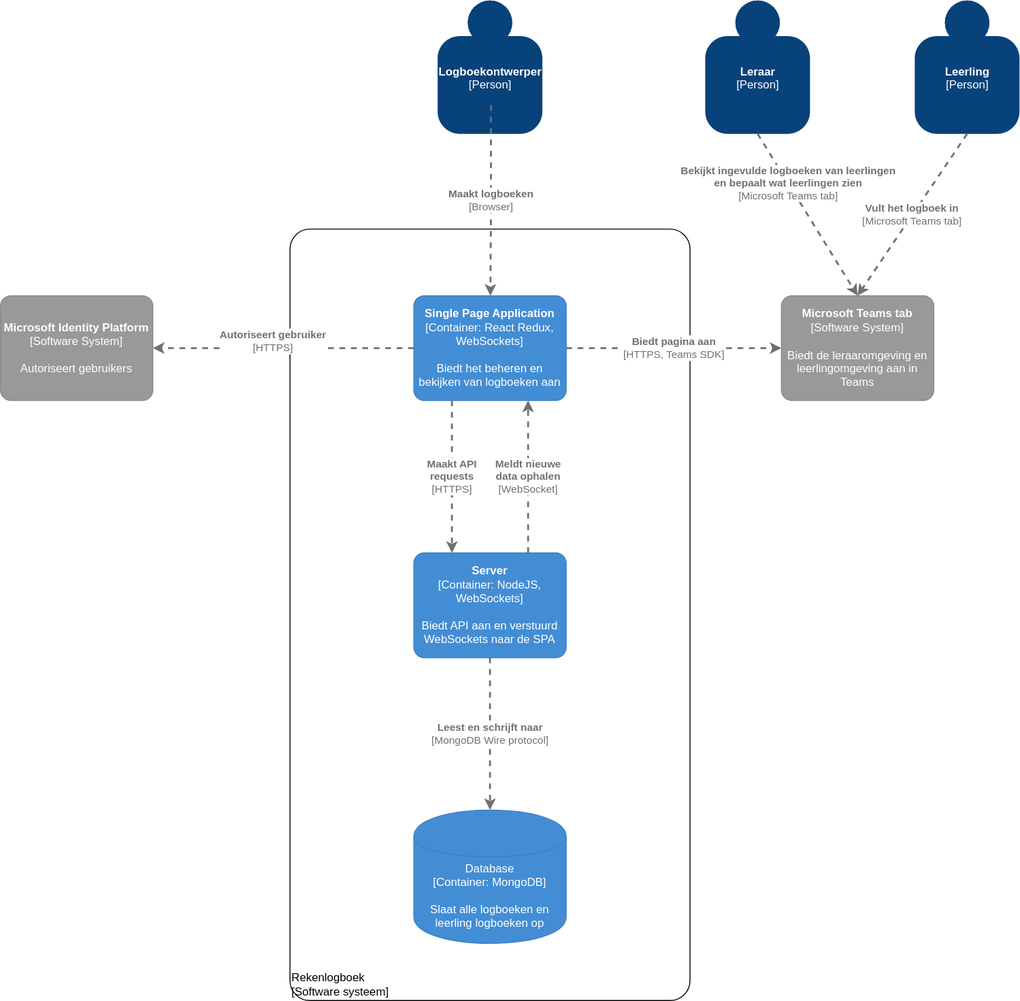
Rowan-Paul/HANAIM-DWA-Rekenlogboek keeps this draw.io diagram as docs/software-guidebook/c4-model/containers.svg. Above is the earlier version. Source tidied: cells renumbered, new cells last; positions are measured from the earlier drawing's top-left corner, leaving out a move shared by most shapes.
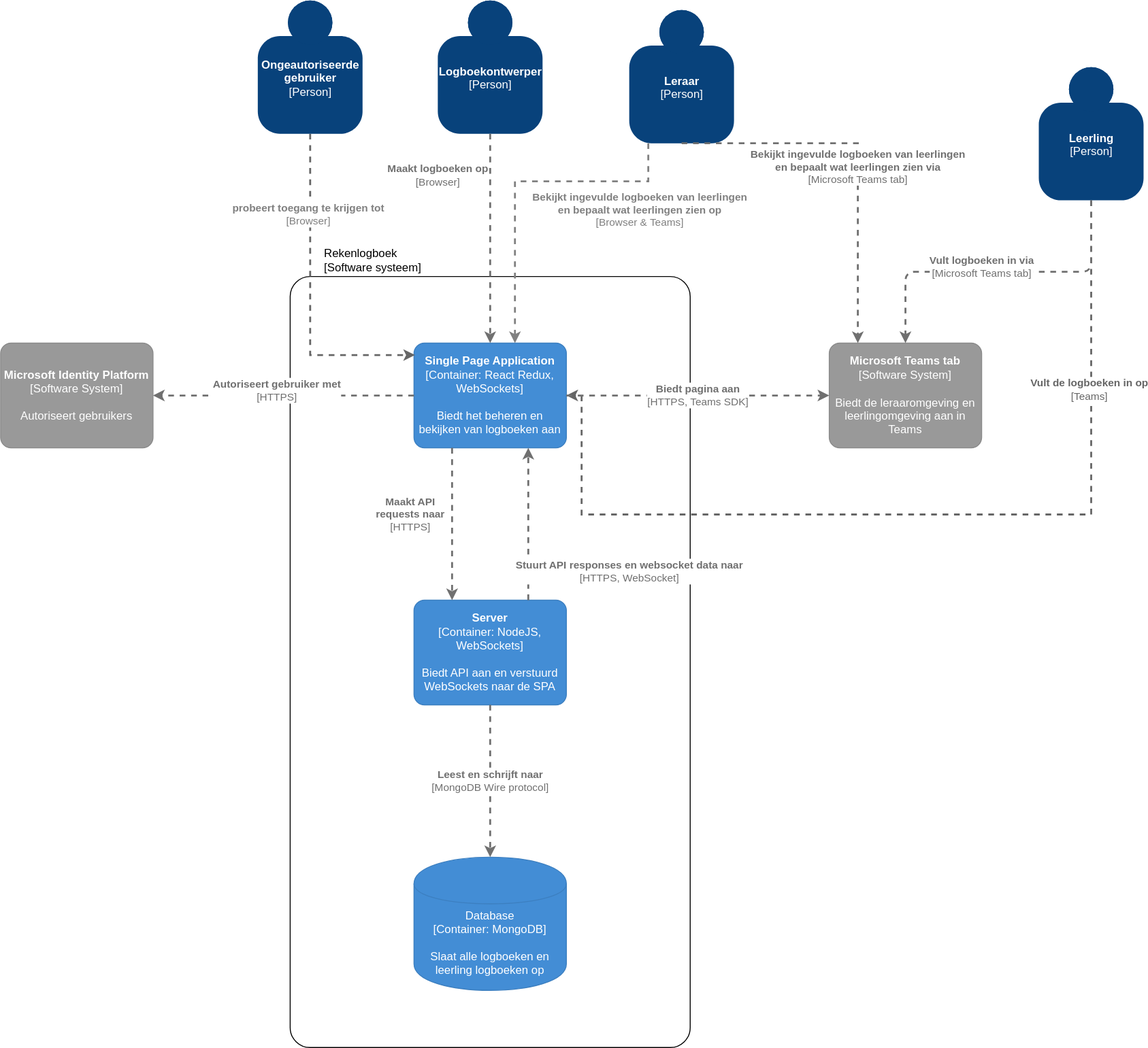
Above is the later version.

The edit, as a diff of the source:
```diff
@@ -3,18 +3,44 @@
     <mxCell id="0" />
     <mxCell id="1" parent="0" />
     <object id="2" label="&lt;div style=&quot;text-align: left&quot;&gt;%c4Name%&lt;/div&gt;&lt;div style=&quot;text-align: left&quot;&gt;[%c4Application%]&lt;/div&gt;" c4Application="Software systeem" c4Name="Rekenlogboek" c4Type="ExecutionEnvironment" placeholders="1">
-      <mxCell style="rounded=1;whiteSpace=wrap;html=1;labelBackgroundColor=none;fillColor=#ffffff;fontColor=#000000;align=left;arcSize=5;strokeColor=#000000;verticalAlign=bottom;metaData={&quot;c4Type&quot;:{&quot;editable&quot;:false}};sketch=0;" parent="1" vertex="1">
+      <mxCell style="rounded=1;whiteSpace=wrap;html=1;labelBackgroundColor=none;fillColor=#ffffff;fontColor=#000000;align=right;arcSize=5;strokeColor=#000000;verticalAlign=bottom;metaData={&quot;c4Type&quot;:{&quot;editable&quot;:false}};sketch=0;labelPosition=left;verticalLabelPosition=top;spacingRight=-140;" parent="1" vertex="1">
         <mxGeometry x="304" y="240" width="420" height="810" as="geometry" />
       </mxCell>
     </object>
+    <mxCell id="19" style="edgeStyle=orthogonalEdgeStyle;rounded=0;jettySize=auto;html=1;dashed=1;strokeWidth=2;strokeColor=#808080;" parent="1" edge="1" source="3">
+      <mxGeometry relative="1" as="geometry">
+        <mxPoint x="540" y="310" as="targetPoint" />
+        <Array as="points">
+          <mxPoint x="680" y="140" />
+          <mxPoint x="540" y="140" />
+        </Array>
+      </mxGeometry>
+    </mxCell>
+    <mxCell id="20" value="&lt;b&gt;Bekijkt ingevulde logboeken van leerlingen &lt;br&gt;en bepaalt wat leerlingen zien op&lt;/b&gt;&lt;br&gt;[Browser &amp;amp; Teams]" style="edgeLabel;html=1;align=center;verticalAlign=middle;fontColor=#808080;" parent="19" vertex="1">
+      <mxGeometry x="-0.32" y="3" relative="1" as="geometry">
+        <mxPoint x="69.3" y="27" as="offset" />
+      </mxGeometry>
+    </mxCell>
     <object id="3" label="&lt;b&gt;%c4Name%&lt;/b&gt;&lt;div&gt;[%c4Type%]&lt;/div&gt;&lt;br&gt;&lt;div&gt;%c4Description%&lt;/div&gt;" c4Description="" c4Name="Leraar" c4Type="Person" placeholders="1">
       <mxCell style="html=1;dashed=0;whitespace=wrap;fillColor=#08427b;strokeColor=none;fontColor=#ffffff;shape=mxgraph.c4.person;align=center;points=[[0.5,0,0],[1,0.5,0],[1,0.75,0],[0.75,1,0],[0.5,1,0],[0.25,1,0],[0,0.75,0],[0,0.5,0]];metaData={&quot;c4Type&quot;:{&quot;editable&quot;:false}};" parent="1" vertex="1">
-        <mxGeometry x="740" width="110" height="140" as="geometry" />
+        <mxGeometry x="660" y="-40" width="110" height="140" as="geometry" />
       </mxCell>
     </object>
+    <mxCell id="21" style="rounded=0;jettySize=auto;html=1;entryX=1;entryY=0.5;entryDx=0;entryDy=0;entryPerimeter=0;dashed=1;strokeWidth=2;edgeStyle=orthogonalEdgeStyle;strokeColor=#666666;fontColor=#808080;" parent="1" edge="1" source="4" target="5">
+      <mxGeometry relative="1" as="geometry">
+        <Array as="points">
+          <mxPoint x="1145" y="490" />
+          <mxPoint x="610" y="490" />
+          <mxPoint x="610" y="365" />
+        </Array>
+      </mxGeometry>
+    </mxCell>
+    <mxCell id="22" value="&lt;b&gt;Vult de logboeken in op&lt;/b&gt;&lt;br&gt;[Teams]" style="edgeLabel;html=1;align=center;verticalAlign=middle;fontColor=#666666;" parent="21" vertex="1">
+      <mxGeometry x="-0.61" y="-3" relative="1" as="geometry" />
+    </mxCell>
     <object id="4" label="&lt;b&gt;%c4Name%&lt;/b&gt;&lt;div&gt;[%c4Type%]&lt;/div&gt;&lt;br&gt;&lt;div&gt;%c4Description%&lt;/div&gt;" c4Description="" c4Name="Leerling" c4Type="Person" placeholders="1">
       <mxCell style="html=1;dashed=0;whitespace=wrap;fillColor=#08427b;strokeColor=none;fontColor=#ffffff;shape=mxgraph.c4.person;align=center;points=[[0.5,0,0],[1,0.5,0],[1,0.75,0],[0.75,1,0],[0.5,1,0],[0.25,1,0],[0,0.75,0],[0,0.5,0]];metaData={&quot;c4Type&quot;:{&quot;editable&quot;:false}};" parent="1" vertex="1">
-        <mxGeometry x="960" width="110" height="140" as="geometry" />
+        <mxGeometry x="1090" y="20" width="110" height="140" as="geometry" />
       </mxCell>
     </object>
     <object id="5" label="&lt;b&gt;%c4Name%&lt;/b&gt;&lt;div&gt;[%c4Type%: %c4Technology%]&lt;/div&gt;&lt;br&gt;&lt;div&gt;%c4Description%&lt;/div&gt;" c4Description="Biedt het beheren en bekijken van logboeken aan" c4Name="Single Page Application" c4Technology="React Redux, WebSockets" c4Type="Container" placeholders="1">
@@ -24,7 +50,7 @@
     </object>
     <object id="6" label="&lt;b&gt;%c4Name%&lt;/b&gt;&lt;div&gt;[%c4Type%]&lt;/div&gt;&lt;br&gt;&lt;div&gt;%c4Description%&lt;/div&gt;" c4Description="Biedt de leraaromgeving en leerlingomgeving aan in Teams" c4Name="Microsoft Teams tab" c4Type="Software System" placeholders="1">
       <mxCell style="rounded=1;whiteSpace=wrap;html=1;labelBackgroundColor=none;fillColor=#999999;fontColor=#ffffff;align=center;arcSize=10;strokeColor=#8A8A8A;metaData={&quot;c4Type&quot;:{&quot;editable&quot;:false}};points=[[0.25,0,0],[0.5,0,0],[0.75,0,0],[1,0.25,0],[1,0.5,0],[1,0.75,0],[0.75,1,0],[0.5,1,0],[0.25,1,0],[0,0.75,0],[0,0.5,0],[0,0.25,0]];" parent="1" vertex="1">
-        <mxGeometry x="820" y="310" width="160" height="110" as="geometry" />
+        <mxGeometry x="870" y="310" width="160" height="110" as="geometry" />
       </mxCell>
     </object>
     <object id="7" label="&lt;b&gt;%c4Name%&lt;/b&gt;&lt;div&gt;[%c4Type%: %c4Technology%]&lt;/div&gt;&lt;br&gt;&lt;div&gt;%c4Description%&lt;/div&gt;" c4Description="Biedt API aan en verstuurd WebSockets naar de SPA" c4Name="Server" c4Technology="NodeJS, WebSockets" c4Type="Container" placeholders="1">
@@ -42,36 +68,39 @@
         <mxGeometry y="310" width="160" height="110" as="geometry" />
       </mxCell>
     </object>
-    <object id="10" label="&lt;div style=&quot;text-align: left&quot;&gt;&lt;div style=&quot;text-align: center&quot;&gt;&lt;b&gt;%c4Description%&lt;/b&gt;&lt;/div&gt;&lt;div style=&quot;text-align: center&quot;&gt;[%c4Technology%]&lt;/div&gt;&lt;/div&gt;" c4Description="Bekijkt ingevulde logboeken van leerlingen &#10;en bepaalt wat leerlingen zien" c4Technology="Microsoft Teams tab" c4Type="Relationship" placeholders="1">
+    <object id="10" label="&lt;div style=&quot;text-align: left&quot;&gt;&lt;div style=&quot;text-align: center&quot;&gt;&lt;b&gt;%c4Description%&lt;/b&gt;&lt;/div&gt;&lt;div style=&quot;text-align: center&quot;&gt;[%c4Technology%]&lt;/div&gt;&lt;/div&gt;" c4Description="Bekijkt ingevulde logboeken van leerlingen &#10;en bepaalt wat leerlingen zien via" c4Technology="Microsoft Teams tab" c4Type="Relationship" placeholders="1">
       <mxCell style="edgeStyle=none;rounded=0;html=1;jettySize=auto;strokeColor=#707070;strokeWidth=2;fontColor=#707070;jumpStyle=none;dashed=1;metaData={&quot;c4Type&quot;:{&quot;editable&quot;:false}};exitX=0.5;exitY=1;exitDx=0;exitDy=0;exitPerimeter=0;" parent="1" edge="1" source="3">
-        <mxGeometry x="-0.39" relative="1" as="geometry">
+        <mxGeometry x="0.06" relative="1" as="geometry">
           <mxPoint x="900" y="310" as="targetPoint" />
+          <Array as="points">
+            <mxPoint x="900" y="100" />
+          </Array>
         </mxGeometry>
       </mxCell>
     </object>
-    <object id="11" label="&lt;div style=&quot;text-align: left&quot;&gt;&lt;div style=&quot;text-align: center&quot;&gt;&lt;b&gt;%c4Description%&lt;/b&gt;&lt;/div&gt;&lt;div style=&quot;text-align: center&quot;&gt;[%c4Technology%]&lt;/div&gt;&lt;/div&gt;" c4Description="Vult het logboek in" c4Technology="Microsoft Teams tab" c4Type="Relationship" placeholders="1">
-      <mxCell style="edgeStyle=none;rounded=1;html=1;jettySize=auto;strokeColor=#707070;strokeWidth=2;fontColor=#707070;jumpStyle=none;dashed=1;metaData={&quot;c4Type&quot;:{&quot;editable&quot;:false}};exitX=0.5;exitY=1;exitDx=0;exitDy=0;exitPerimeter=0;entryX=0.5;entryY=0;entryDx=0;entryDy=0;entryPerimeter=0;" parent="1" edge="1" source="4" target="6">
-        <mxGeometry relative="1" as="geometry" />
+    <object id="11" label="&lt;div style=&quot;text-align: left&quot;&gt;&lt;div style=&quot;text-align: center&quot;&gt;&lt;b&gt;%c4Description%&lt;/b&gt;&lt;/div&gt;&lt;div style=&quot;text-align: center&quot;&gt;[%c4Technology%]&lt;/div&gt;&lt;/div&gt;" c4Description="Vult logboeken in via" c4Technology="Microsoft Teams tab" c4Type="Relationship" placeholders="1">
+      <mxCell style="edgeStyle=orthogonalEdgeStyle;rounded=1;html=1;jettySize=auto;strokeColor=#707070;strokeWidth=2;fontColor=#707070;jumpStyle=none;dashed=1;metaData={&quot;c4Type&quot;:{&quot;editable&quot;:false}};exitX=0.5;exitY=1;exitDx=0;exitDy=0;exitPerimeter=0;entryX=0.5;entryY=0;entryDx=0;entryDy=0;entryPerimeter=0;" parent="1" edge="1" source="4" target="6">
+        <mxGeometry x="0.1" y="-5" relative="1" as="geometry" />
       </mxCell>
     </object>
     <object id="12" label="&lt;div style=&quot;text-align: left&quot;&gt;&lt;div style=&quot;text-align: center&quot;&gt;&lt;b&gt;%c4Description%&lt;/b&gt;&lt;/div&gt;&lt;div style=&quot;text-align: center&quot;&gt;[%c4Technology%]&lt;/div&gt;&lt;/div&gt;" c4Description="Biedt pagina aan" c4Technology="HTTPS, Teams SDK" c4Type="Relationship" placeholders="1">
-      <mxCell style="edgeStyle=none;rounded=0;html=1;entryX=0;entryY=0.5;jettySize=auto;strokeColor=#707070;strokeWidth=2;fontColor=#707070;jumpStyle=none;dashed=1;metaData={&quot;c4Type&quot;:{&quot;editable&quot;:false}};exitX=1;exitY=0.5;exitDx=0;exitDy=0;exitPerimeter=0;entryDx=0;entryDy=0;entryPerimeter=0;" parent="1" edge="1" source="5" target="6">
+      <mxCell style="edgeStyle=none;rounded=0;html=1;entryX=0;entryY=0.5;jettySize=auto;strokeColor=#707070;strokeWidth=2;fontColor=#707070;jumpStyle=none;dashed=1;metaData={&quot;c4Type&quot;:{&quot;editable&quot;:false}};entryDx=0;entryDy=0;entryPerimeter=0;" parent="1" edge="1" source="5" target="6">
         <mxGeometry relative="1" as="geometry" />
       </mxCell>
     </object>
-    <object id="13" label="&lt;div style=&quot;text-align: left&quot;&gt;&lt;div style=&quot;text-align: center&quot;&gt;&lt;b&gt;%c4Description%&lt;/b&gt;&lt;/div&gt;&lt;div style=&quot;text-align: center&quot;&gt;[%c4Technology%]&lt;/div&gt;&lt;/div&gt;" c4Description="Autoriseert gebruiker" c4Technology="HTTPS" c4Type="Relationship" placeholders="1">
+    <object id="13" label="&lt;div style=&quot;text-align: left&quot;&gt;&lt;div style=&quot;text-align: center&quot;&gt;&lt;b&gt;%c4Description%&lt;/b&gt;&lt;/div&gt;&lt;div style=&quot;text-align: center&quot;&gt;[%c4Technology%]&lt;/div&gt;&lt;/div&gt;" c4Description="Autoriseert gebruiker met" c4Technology="HTTPS" c4Type="Relationship" placeholders="1">
       <mxCell style="edgeStyle=none;rounded=0;html=1;jettySize=auto;strokeColor=#707070;strokeWidth=2;fontColor=#707070;jumpStyle=none;dashed=1;metaData={&quot;c4Type&quot;:{&quot;editable&quot;:false}};startArrow=none;startFill=0;entryX=1;entryY=0.5;entryDx=0;entryDy=0;entryPerimeter=0;exitX=0;exitY=0.5;exitDx=0;exitDy=0;exitPerimeter=0;" parent="1" edge="1" source="5" target="9">
-        <mxGeometry x="0.08" y="-7" relative="1" as="geometry" />
+        <mxGeometry x="0.05" y="-5" relative="1" as="geometry" />
       </mxCell>
     </object>
-    <object id="14" label="&lt;div style=&quot;text-align: left&quot;&gt;&lt;div style=&quot;text-align: center&quot;&gt;&lt;b&gt;%c4Description%&lt;/b&gt;&lt;/div&gt;&lt;div style=&quot;text-align: center&quot;&gt;[%c4Technology%]&lt;/div&gt;&lt;/div&gt;" c4Description="Maakt API&#10;requests" c4Technology="HTTPS" c4Type="Relationship" placeholders="1">
+    <object id="14" label="&lt;div style=&quot;text-align: left&quot;&gt;&lt;div style=&quot;text-align: center&quot;&gt;&lt;b&gt;%c4Description%&lt;/b&gt;&lt;/div&gt;&lt;div style=&quot;text-align: center&quot;&gt;[%c4Technology%]&lt;/div&gt;&lt;/div&gt;" c4Description="Maakt API&#10;requests naar" c4Technology="HTTPS" c4Type="Relationship" placeholders="1">
       <mxCell style="edgeStyle=none;rounded=0;html=1;entryX=0.25;entryY=0;jettySize=auto;strokeColor=#707070;strokeWidth=2;fontColor=#707070;jumpStyle=none;dashed=1;metaData={&quot;c4Type&quot;:{&quot;editable&quot;:false}};startArrow=none;startFill=0;exitX=0.25;exitY=1;exitDx=0;exitDy=0;exitPerimeter=0;entryDx=0;entryDy=0;entryPerimeter=0;" parent="1" edge="1" source="5" target="7">
-        <mxGeometry relative="1" as="geometry" />
+        <mxGeometry x="-0.12" y="-44" relative="1" as="geometry" />
       </mxCell>
     </object>
-    <object id="15" label="&lt;div style=&quot;text-align: left&quot;&gt;&lt;div style=&quot;text-align: center&quot;&gt;&lt;b&gt;%c4Description%&lt;/b&gt;&lt;/div&gt;&lt;div style=&quot;text-align: center&quot;&gt;[%c4Technology%]&lt;/div&gt;&lt;/div&gt;" c4Description="Meldt nieuwe&#10;data ophalen" c4Technology="WebSocket" c4Type="Relationship" placeholders="1">
+    <object id="15" label="&lt;div style=&quot;text-align: left&quot;&gt;&lt;div style=&quot;text-align: center&quot;&gt;&lt;b&gt;%c4Description%&lt;/b&gt;&lt;/div&gt;&lt;div style=&quot;text-align: center&quot;&gt;[%c4Technology%]&lt;/div&gt;&lt;/div&gt;" c4Description="Stuurt API responses en websocket data naar" c4Technology="HTTPS, WebSocket" c4Type="Relationship" placeholders="1">
       <mxCell style="edgeStyle=none;rounded=0;html=1;entryX=0.75;entryY=1;jettySize=auto;strokeColor=#707070;strokeWidth=2;fontColor=#707070;jumpStyle=none;dashed=1;metaData={&quot;c4Type&quot;:{&quot;editable&quot;:false}};startArrow=none;startFill=0;exitX=0.75;exitY=0;exitDx=0;exitDy=0;exitPerimeter=0;entryDx=0;entryDy=0;entryPerimeter=0;" parent="1" edge="1" source="7" target="5">
-        <mxGeometry relative="1" as="geometry" />
+        <mxGeometry x="-0.62" y="-106" relative="1" as="geometry" />
       </mxCell>
     </object>
     <object id="16" label="&lt;div style=&quot;text-align: left&quot;&gt;&lt;div style=&quot;text-align: center&quot;&gt;&lt;b&gt;%c4Description%&lt;/b&gt;&lt;/div&gt;&lt;div style=&quot;text-align: center&quot;&gt;[%c4Technology%]&lt;/div&gt;&lt;/div&gt;" c4Description="Leest en schrijft naar" c4Technology="MongoDB Wire protocol" c4Type="Relationship" placeholders="1">
@@ -81,18 +110,28 @@
     </object>
     <object id="17" label="&lt;b&gt;%c4Name%&lt;/b&gt;&lt;div&gt;[%c4Type%]&lt;/div&gt;&lt;br&gt;&lt;div&gt;%c4Description%&lt;/div&gt;" c4Description="" c4Name="Logboekontwerper" c4Type="Person" placeholders="1">
       <mxCell style="html=1;dashed=0;whitespace=wrap;fillColor=#08427b;strokeColor=none;fontColor=#ffffff;shape=mxgraph.c4.person;align=center;points=[[0.5,0,0],[1,0.5,0],[1,0.75,0],[0.75,1,0],[0.5,1,0],[0.25,1,0],[0,0.75,0],[0,0.5,0]];metaData={&quot;c4Type&quot;:{&quot;editable&quot;:false}};" parent="1" vertex="1">
-        <mxGeometry x="459" width="110" height="140" as="geometry" />
+        <mxGeometry x="459" y="-50" width="110" height="140" as="geometry" />
       </mxCell>
     </object>
-    <object id="18" label="&lt;div style=&quot;text-align: left&quot;&gt;&lt;div style=&quot;text-align: center&quot;&gt;&lt;b&gt;%c4Description%&lt;/b&gt;&lt;/div&gt;&lt;div style=&quot;text-align: center&quot;&gt;[%c4Technology%]&lt;/div&gt;&lt;/div&gt;" c4Description="Maakt logboeken" c4Technology="Browser" c4Type="Relationship" placeholders="1">
-      <mxCell style="edgeStyle=none;rounded=1;html=1;jettySize=auto;strokeColor=#707070;strokeWidth=2;fontColor=#707070;jumpStyle=none;dashed=1;metaData={&quot;c4Type&quot;:{&quot;editable&quot;:false}};exitX=0.5;exitY=1;exitDx=0;exitDy=0;exitPerimeter=0;" parent="1" edge="1" target="5">
-        <mxGeometry relative="1" as="geometry">
-          <mxPoint x="515" y="110" as="sourcePoint" />
-          <Array as="points">
-            <mxPoint x="515" y="220" />
-          </Array>
-        </mxGeometry>
+    <object id="18" label="&lt;div style=&quot;text-align: left&quot;&gt;&lt;div style=&quot;text-align: center&quot;&gt;&lt;b&gt;%c4Description%&lt;/b&gt;&lt;/div&gt;&lt;div style=&quot;text-align: center&quot;&gt;[%c4Technology%]&lt;/div&gt;&lt;/div&gt;" c4Description="Maakt logboeken op" c4Technology="Browser" c4Type="Relationship" placeholders="1">
+      <mxCell style="edgeStyle=none;rounded=1;html=1;jettySize=auto;strokeColor=#707070;strokeWidth=2;fontColor=#707070;jumpStyle=none;dashed=1;metaData={&quot;c4Type&quot;:{&quot;editable&quot;:false}};" parent="1" edge="1" source="17" target="5">
+        <mxGeometry x="-0.6" y="-55" relative="1" as="geometry" />
       </mxCell>
     </object>
+    <mxCell id="23" style="edgeStyle=orthogonalEdgeStyle;rounded=0;jettySize=auto;html=1;entryX=0.007;entryY=0.114;entryDx=0;entryDy=0;entryPerimeter=0;dashed=1;strokeColor=#666666;strokeWidth=2;" parent="1" edge="1" source="25" target="5">
+      <mxGeometry relative="1" as="geometry">
+        <Array as="points">
+          <mxPoint x="325" y="323" />
+        </Array>
+      </mxGeometry>
+    </mxCell>
+    <mxCell id="24" value="&lt;b&gt;probeert toegang te krijgen tot&lt;/b&gt;&lt;br&gt;[Browser]" style="edgeLabel;html=1;align=center;verticalAlign=middle;fontColor=#808080;" parent="23" vertex="1">
+      <mxGeometry x="-0.51" y="-3" relative="1" as="geometry" />
+    </mxCell>
+    <object id="25" label="&lt;b&gt;%c4Name%&lt;/b&gt;&lt;div&gt;[%c4Type%]&lt;/div&gt;&lt;br&gt;&lt;div&gt;%c4Description%&lt;/div&gt;" c4Description="" c4Name="Ongeautoriseerde&#10;gebruiker" c4Type="Person" placeholders="1">
+      <mxCell style="html=1;dashed=0;whitespace=wrap;fillColor=#08427b;strokeColor=none;fontColor=#ffffff;shape=mxgraph.c4.person;align=center;points=[[0.5,0,0],[1,0.5,0],[1,0.75,0],[0.75,1,0],[0.5,1,0],[0.25,1,0],[0,0.75,0],[0,0.5,0]];metaData={&quot;c4Type&quot;:{&quot;editable&quot;:false}};" parent="1" vertex="1">
+        <mxGeometry x="270" y="-50" width="110" height="140" as="geometry" />
+      </mxCell>
+    </object>
   </root>
 </mxGraphModel>
```
